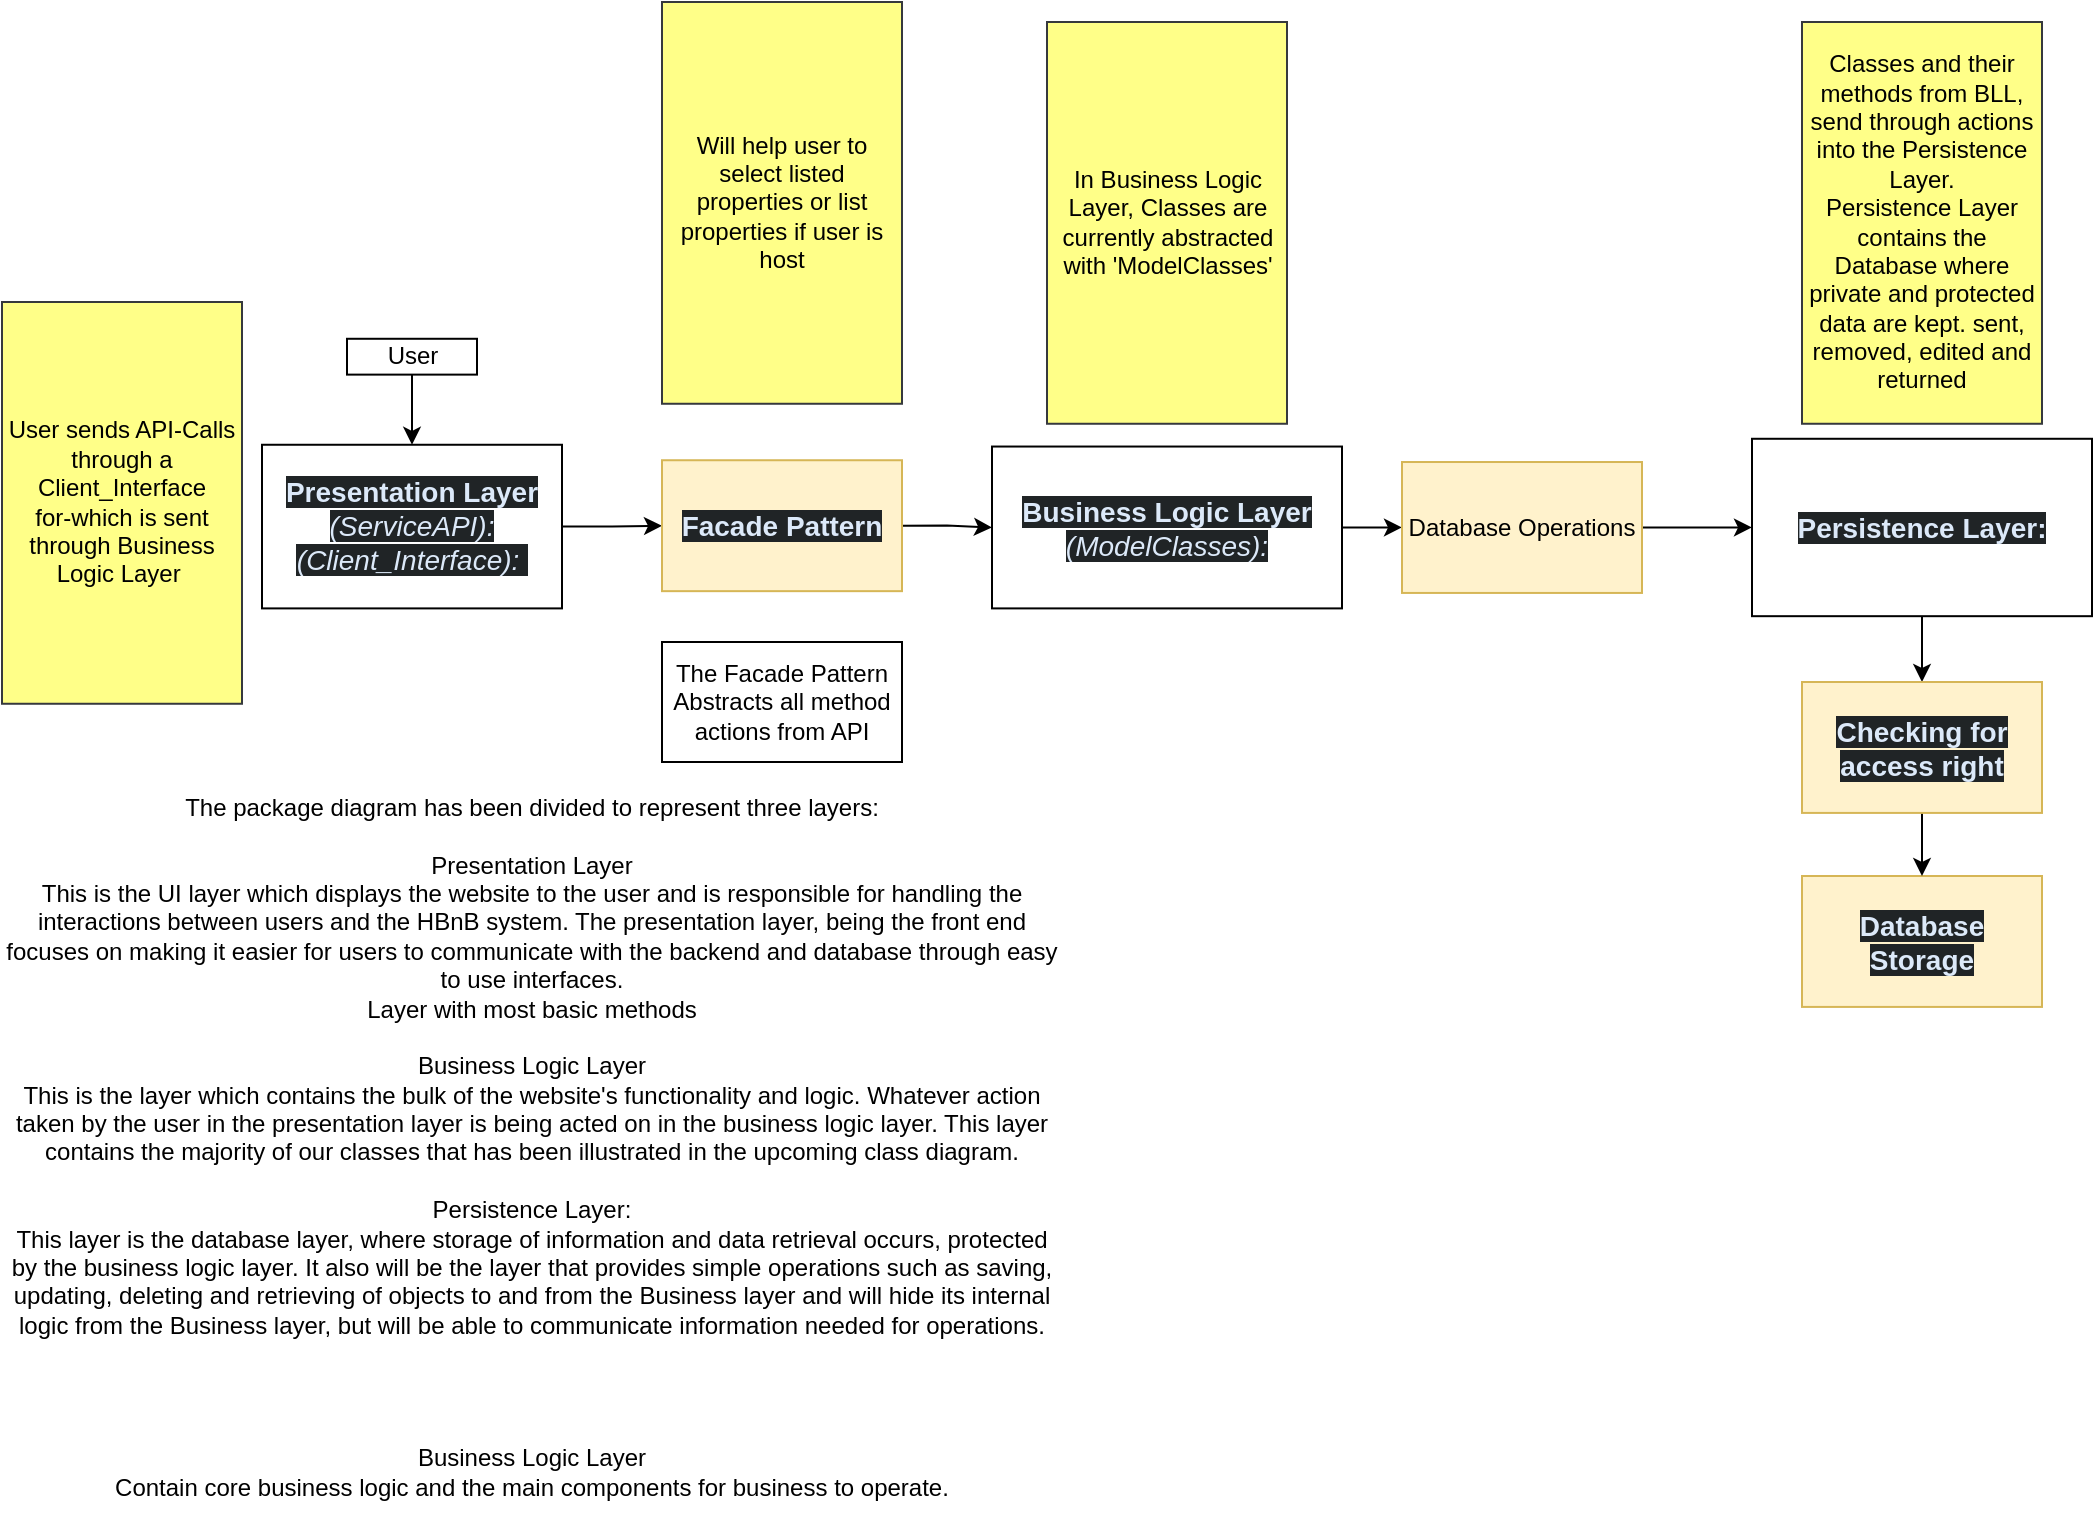
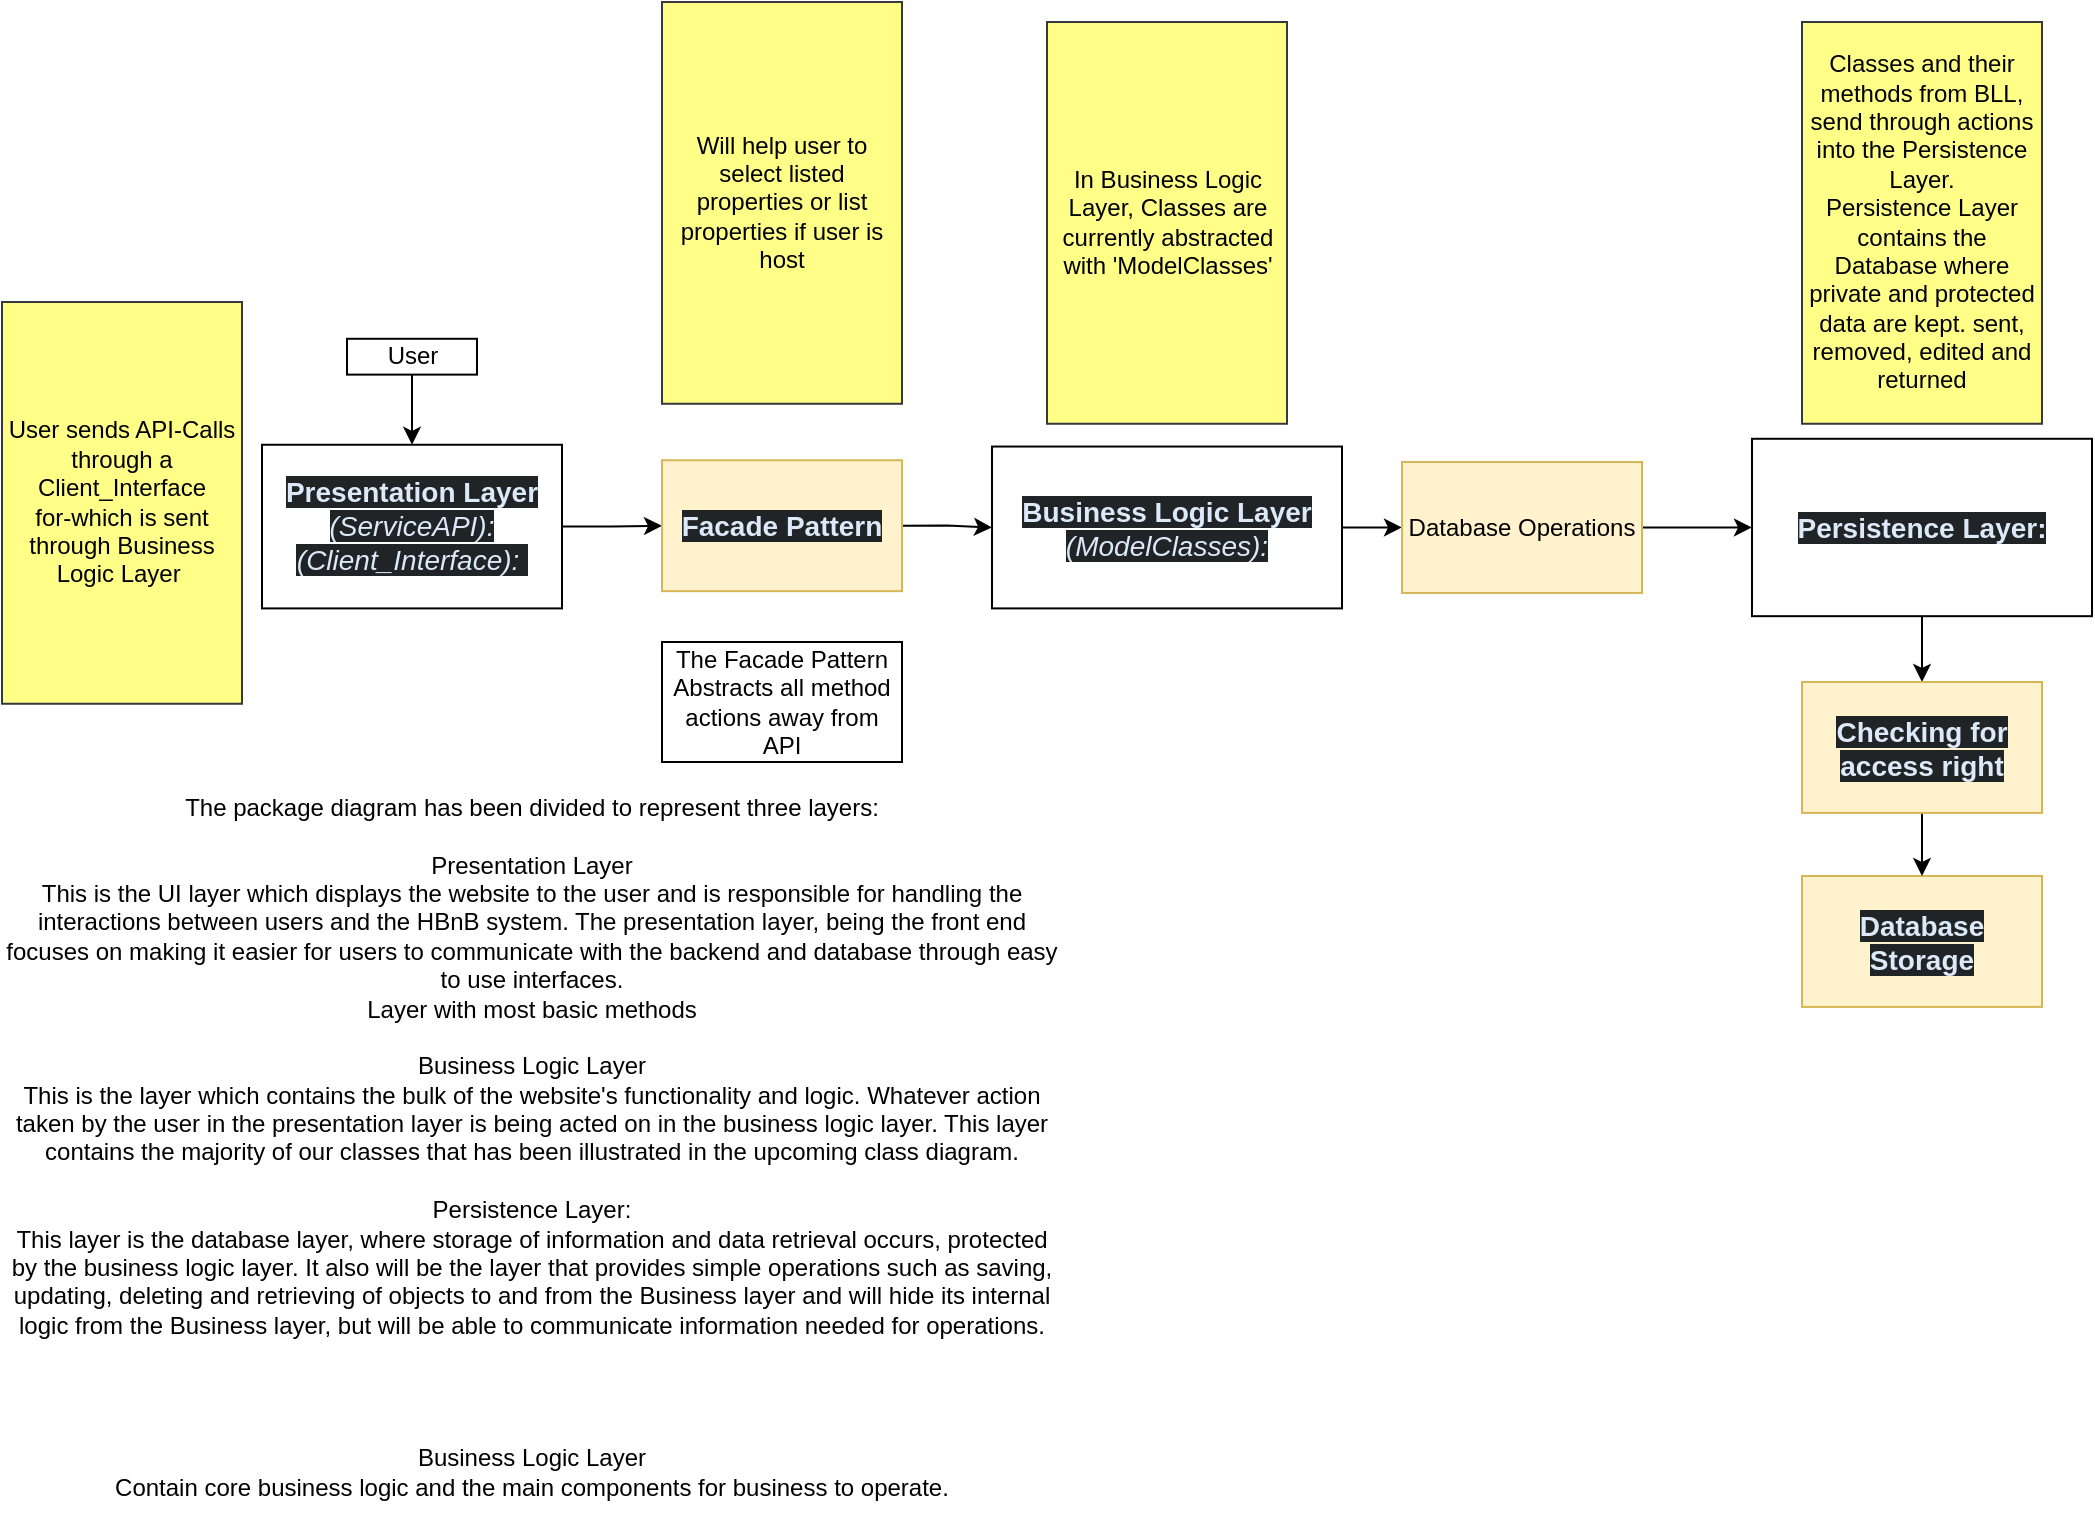
<mxfile host="app.diagrams.net">
  <diagram name="Page-1" id="2KrW7VEhyqmw7Nx4Ttr-">
-     <mxGraphModel dx="1134" dy="780" grid="1" gridSize="10" guides="1" tooltips="1" connect="1" arrows="1" fold="1" page="1" pageScale="1" pageWidth="850" pageHeight="1100" math="0" shadow="0">
+     <mxGraphModel dx="623" dy="575" grid="1" gridSize="10" guides="1" tooltips="1" connect="1" arrows="1" fold="1" page="1" pageScale="1" pageWidth="850" pageHeight="1100" math="0" shadow="0">
      <root>
        <mxCell id="0" />
        <mxCell id="1" parent="0" />
        <mxCell id="vZHe2jEZJALmbnLdjFB--106" edge="1" parent="1" source="vZHe2jEZJALmbnLdjFB--105" style="edgeStyle=orthogonalEdgeStyle;rounded=0;orthogonalLoop=1;jettySize=auto;html=1;entryX=0.5;entryY=0;entryDx=0;entryDy=0;exitX=0.5;exitY=1;exitDx=0;exitDy=0;" target="vZHe2jEZJALmbnLdjFB--6" value="">
          <mxGeometry relative="1" as="geometry">
            <mxPoint x="360" y="250" as="sourcePoint" />
          </mxGeometry>
        </mxCell>
        <mxCell id="vZHe2jEZJALmbnLdjFB--6" parent="1" style="rounded=0;whiteSpace=wrap;html=1;" value="&lt;strong style=&quot;box-sizing: border-box; font-weight: bold; scrollbar-color: rgb(95, 99, 104) rgb(49, 54, 60); color: rgb(220, 233, 249); font-family: aktiv-grotesk, sans-serif; font-size: 14px; text-align: start; background-color: rgb(32, 36, 38);&quot;&gt;Presentation Layer &lt;/strong&gt;&lt;span style=&quot;box-sizing: border-box; scrollbar-color: rgb(95, 99, 104) rgb(49, 54, 60); color: rgb(220, 233, 249); font-family: aktiv-grotesk, sans-serif; font-size: 14px; text-align: start; background-color: rgb(32, 36, 38);&quot;&gt;&lt;i&gt;(ServiceAPI):&lt;/i&gt;&lt;/span&gt;&lt;div&gt;&lt;span style=&quot;color: rgb(220, 233, 249); font-family: aktiv-grotesk, sans-serif; font-size: 14px; text-align: start; background-color: rgb(32, 36, 38);&quot;&gt;&lt;i&gt;(Client_Interface):&amp;nbsp;&lt;/i&gt;&lt;/span&gt;&lt;/div&gt;" vertex="1">
          <mxGeometry height="81.82" width="150" x="400" y="301.38" as="geometry" />
        </mxCell>
        <mxCell id="vZHe2jEZJALmbnLdjFB--8" edge="1" parent="1" source="vZHe2jEZJALmbnLdjFB--10" style="edgeStyle=orthogonalEdgeStyle;rounded=0;orthogonalLoop=1;jettySize=auto;html=1;exitX=1;exitY=0.5;exitDx=0;exitDy=0;entryX=0;entryY=0.5;entryDx=0;entryDy=0;" target="vZHe2jEZJALmbnLdjFB--39">
          <mxGeometry relative="1" as="geometry" />
        </mxCell>
        <mxCell id="vZHe2jEZJALmbnLdjFB--10" parent="1" style="rounded=0;whiteSpace=wrap;html=1;" value="&lt;span style=&quot;box-sizing: border-box; scrollbar-color: rgb(95, 99, 104) rgb(49, 54, 60); color: rgb(220, 233, 249); font-family: aktiv-grotesk, sans-serif; font-size: 14px; text-align: start; background-color: rgb(32, 36, 38);&quot;&gt;&lt;b&gt;Business Logic Layer &lt;/b&gt;&lt;i style=&quot;&quot;&gt;(ModelClasses):&lt;/i&gt;&lt;/span&gt;" vertex="1">
          <mxGeometry height="80.93" width="175" x="765" y="302.27" as="geometry" />
        </mxCell>
        <mxCell id="vZHe2jEZJALmbnLdjFB--11" edge="1" parent="1" source="vZHe2jEZJALmbnLdjFB--12" style="edgeStyle=orthogonalEdgeStyle;rounded=0;orthogonalLoop=1;jettySize=auto;html=1;exitX=0.5;exitY=1;exitDx=0;exitDy=0;entryX=0.5;entryY=0;entryDx=0;entryDy=0;" target="vZHe2jEZJALmbnLdjFB--102">
          <mxGeometry relative="1" as="geometry" />
        </mxCell>
        <mxCell id="vZHe2jEZJALmbnLdjFB--12" parent="1" style="rounded=0;whiteSpace=wrap;html=1;" value="&lt;strong style=&quot;box-sizing: border-box; font-weight: bold; scrollbar-color: rgb(95, 99, 104) rgb(49, 54, 60); color: rgb(220, 233, 249); font-family: aktiv-grotesk, sans-serif; font-size: 14px; text-align: start; background-color: rgb(32, 36, 38);&quot;&gt;Persistence Layer:&lt;/strong&gt;" vertex="1">
          <mxGeometry height="88.7" width="170" x="1145" y="298.39" as="geometry" />
        </mxCell>
        <mxCell id="vZHe2jEZJALmbnLdjFB--29" parent="1" style="rounded=0;whiteSpace=wrap;html=1;align=center;fillColor=#fff2cc;strokeColor=#d6b656;" value="&lt;div style=&quot;&quot;&gt;&lt;font color=&quot;#dce9f9&quot; face=&quot;aktiv-grotesk, sans-serif&quot;&gt;&lt;span style=&quot;font-size: 14px; background-color: rgb(32, 36, 38);&quot;&gt;&lt;b&gt;Database&lt;br&gt;Storage&lt;/b&gt;&lt;/span&gt;&lt;/font&gt;&lt;/div&gt;" vertex="1">
          <mxGeometry height="65.46" width="120" x="1170" y="517" as="geometry" />
        </mxCell>
        <mxCell id="vZHe2jEZJALmbnLdjFB--35" edge="1" parent="1" source="vZHe2jEZJALmbnLdjFB--37" style="edgeStyle=orthogonalEdgeStyle;rounded=0;orthogonalLoop=1;jettySize=auto;html=1;exitX=1;exitY=0.5;exitDx=0;exitDy=0;" target="vZHe2jEZJALmbnLdjFB--10">
          <mxGeometry relative="1" as="geometry">
            <mxPoint x="750" y="339.5700000000001" as="sourcePoint" />
          </mxGeometry>
        </mxCell>
        <mxCell id="vZHe2jEZJALmbnLdjFB--36" edge="1" parent="1" source="vZHe2jEZJALmbnLdjFB--6" style="edgeStyle=orthogonalEdgeStyle;rounded=0;orthogonalLoop=1;jettySize=auto;html=1;exitX=1;exitY=0.5;exitDx=0;exitDy=0;entryX=0;entryY=0.5;entryDx=0;entryDy=0;" target="vZHe2jEZJALmbnLdjFB--37">
          <mxGeometry relative="1" as="geometry">
            <mxPoint x="575" y="430" as="targetPoint" />
          </mxGeometry>
        </mxCell>
        <mxCell id="vZHe2jEZJALmbnLdjFB--37" parent="1" style="rounded=0;whiteSpace=wrap;html=1;align=center;fillColor=#fff2cc;strokeColor=#d6b656;" value="&lt;div style=&quot;&quot;&gt;&lt;font color=&quot;#dce9f9&quot; face=&quot;aktiv-grotesk, sans-serif&quot;&gt;&lt;span style=&quot;font-size: 14px; background-color: rgb(32, 36, 38);&quot;&gt;&lt;b&gt;Facade Pattern&lt;/b&gt;&lt;/span&gt;&lt;/font&gt;&lt;/div&gt;" vertex="1">
          <mxGeometry height="65.46" width="120" x="600" y="309.11999999999995" as="geometry" />
        </mxCell>
        <mxCell id="vZHe2jEZJALmbnLdjFB--38" edge="1" parent="1" source="vZHe2jEZJALmbnLdjFB--39" style="edgeStyle=orthogonalEdgeStyle;rounded=0;orthogonalLoop=1;jettySize=auto;html=1;exitX=1;exitY=0.5;exitDx=0;exitDy=0;entryX=0;entryY=0.5;entryDx=0;entryDy=0;" target="vZHe2jEZJALmbnLdjFB--12">
          <mxGeometry relative="1" as="geometry" />
        </mxCell>
        <mxCell id="vZHe2jEZJALmbnLdjFB--39" parent="1" style="rounded=0;whiteSpace=wrap;html=1;align=center;fillColor=#fff2cc;strokeColor=#d6b656;" value="Database Operations" vertex="1">
          <mxGeometry height="65.46" width="120" x="970" y="310.01" as="geometry" />
        </mxCell>
        <mxCell id="vZHe2jEZJALmbnLdjFB--101" edge="1" parent="1" source="vZHe2jEZJALmbnLdjFB--102" style="edgeStyle=orthogonalEdgeStyle;rounded=0;orthogonalLoop=1;jettySize=auto;html=1;exitX=0.5;exitY=1;exitDx=0;exitDy=0;entryX=0.5;entryY=0;entryDx=0;entryDy=0;" target="vZHe2jEZJALmbnLdjFB--29">
          <mxGeometry relative="1" as="geometry">
            <mxPoint x="1460" y="530" as="targetPoint" />
          </mxGeometry>
        </mxCell>
        <mxCell id="vZHe2jEZJALmbnLdjFB--102" parent="1" style="rounded=0;whiteSpace=wrap;html=1;align=center;fillColor=#fff2cc;strokeColor=#d6b656;" value="&lt;div style=&quot;&quot;&gt;&lt;font color=&quot;#dce9f9&quot; face=&quot;aktiv-grotesk, sans-serif&quot;&gt;&lt;span style=&quot;font-size: 14px; background-color: rgb(32, 36, 38);&quot;&gt;&lt;b&gt;Checking for access right&lt;/b&gt;&lt;/span&gt;&lt;/font&gt;&lt;/div&gt;" vertex="1">
          <mxGeometry height="65.46" width="120" x="1170" y="420" as="geometry" />
        </mxCell>
        <mxCell id="vZHe2jEZJALmbnLdjFB--105" parent="1" style="whiteSpace=wrap;html=1;rounded=0;" value="User" vertex="1">
          <mxGeometry height="17.92" width="65" x="442.5" y="248.39" as="geometry" />
        </mxCell>
        <mxCell id="WIsYPLuYnzwIEppj4hiX-1" parent="1" style="rounded=0;whiteSpace=wrap;html=1;fillColor=light-dark(#FFFF88,#FFFF63);strokeColor=#36393d;fontColor=light-dark(#000000,#000000);" value="User sends API-Calls through a Client_Interface&lt;br&gt;for-which is sent through Business Logic Layer&amp;nbsp;" vertex="1">
          <mxGeometry height="200.88" width="120" x="270" y="230" as="geometry" />
        </mxCell>
        <mxCell id="WIsYPLuYnzwIEppj4hiX-2" parent="1" style="rounded=0;whiteSpace=wrap;html=1;fillColor=light-dark(#FFFF88,#FFFF63);strokeColor=#36393d;fontColor=light-dark(#000000,#000000);" value="In Business Logic Layer, Classes are currently abstracted with &#39;ModelClasses&#39;" vertex="1">
          <mxGeometry height="200.88" width="120" x="792.5" y="90" as="geometry" />
        </mxCell>
        <mxCell id="WIsYPLuYnzwIEppj4hiX-3" parent="1" style="rounded=0;whiteSpace=wrap;html=1;fillColor=light-dark(#FFFF88,#FFFF63);strokeColor=#36393d;fontColor=light-dark(#000000,#000000);" value="Classes and their methods from BLL,&lt;br&gt;send through actions into the Persistence Layer.&lt;br&gt;Persistence Layer contains the Database where private and protected data are kept. sent, removed, edited and returned" vertex="1">
          <mxGeometry height="200.88" width="120" x="1170" y="90" as="geometry" />
        </mxCell>
        <mxCell id="WgZE8rlp9okLk8PS5iAP-1" parent="1" style="rounded=0;whiteSpace=wrap;html=1;fillColor=light-dark(#FFFF88,#FFFF63);strokeColor=#36393d;fontColor=light-dark(#000000,#000000);" value="Will help user to select listed properties or list properties if user is host" vertex="1">
          <mxGeometry height="200.88" width="120" x="600" y="80" as="geometry" />
        </mxCell>
-         <mxCell id="jcnPVMmyGXToek09mdS7-1" parent="1" style="rounded=0;whiteSpace=wrap;html=1;" value="The Facade Pattern Abstracts all method actions from API" vertex="1">
+         <mxCell id="jcnPVMmyGXToek09mdS7-1" parent="1" style="rounded=0;whiteSpace=wrap;html=1;" value="The Facade Pattern Abstracts all method actions away from API" vertex="1">
          <mxGeometry height="60" width="120" x="600" y="400" as="geometry" />
        </mxCell>
        <mxCell id="3AgvAKh3npFNZkdtQLno-1" parent="1" style="text;html=1;whiteSpace=wrap;strokeColor=none;fillColor=none;align=center;verticalAlign=middle;rounded=0;" value="The package diagram has been divided to represent three layers:&lt;br&gt;&lt;br&gt;Presentation Layer&lt;div&gt;This is the UI layer which displays the website to the user and is responsible for handling the interactions between users and the HBnB system. The presentation layer, being the front end focuses on making it easier for users to communicate with the backend and database through easy to use interfaces.&lt;br&gt;Layer with most basic methods&lt;br&gt;&lt;br&gt;Business Logic Layer&lt;div&gt;This is the layer which contains the bulk of the website&#39;s functionality and logic. Whatever action taken by the user in the presentation layer is being acted on in the business logic layer. This layer contains the majority of our classes that has been illustrated in the upcoming class diagram.&lt;/div&gt;&lt;div&gt;&lt;br&gt;&lt;/div&gt;&lt;div&gt;Persistence Layer:&lt;/div&gt;&lt;div&gt;This layer is the database layer, where storage of information and data retrieval occurs, protected by the business logic layer. It also will be the layer that provides simple operations such as saving, updating, deleting and retrieving of objects to and from the Business layer and will hide its internal logic from the Business layer, but will be able to communicate information needed for operations.&lt;/div&gt;&lt;/div&gt;" vertex="1">
          <mxGeometry height="303" width="530" x="270" y="460" as="geometry" />
        </mxCell>
        <mxCell id="W_o3C3PsjH2Ao98SipCb-2" parent="1" style="text;html=1;whiteSpace=wrap;strokeColor=none;fillColor=none;align=center;verticalAlign=middle;rounded=0;" value="Business Logic Layer&lt;div&gt;Contain core business logic and the main components for business to operate.&lt;/div&gt;" vertex="1">
          <mxGeometry height="50" width="530" x="270" y="790" as="geometry" />
        </mxCell>
      </root>
    </mxGraphModel>
  </diagram>
</mxfile>
